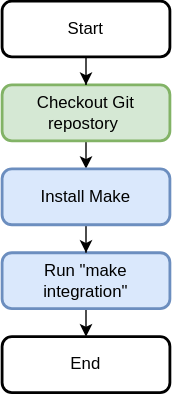
Cray-HPE/hms-build-image-workflows keeps this draw.io diagram as docs/run_unit_test/run_unit_tests_job.svg. Above is the earlier version. Source tidied: cells renumbered, new cells last; positions are measured from the earlier drawing's top-left corner, leaving out a move shared by most shapes.
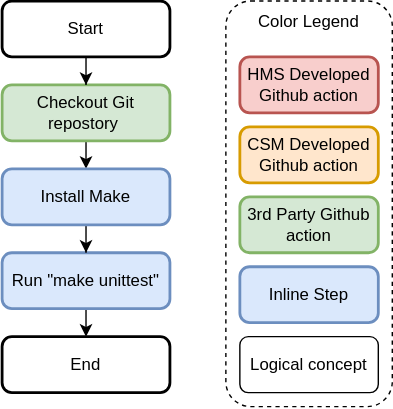
After the change.

Commit message:
Add legend to run test images, and added draw.io file

The edit, as a diff of the source:
```diff
@@ -2,34 +2,55 @@
   <root>
     <mxCell id="0" />
     <mxCell id="1" parent="0" />
-    <mxCell id="2" style="edgeStyle=orthogonalEdgeStyle;rounded=0;jettySize=auto;html=1;exitX=0.5;exitY=1;exitDx=0;exitDy=0;entryX=0.5;entryY=0;entryDx=0;entryDy=0;" parent="1" edge="1" source="3">
-      <mxGeometry relative="1" as="geometry">
-        <mxPoint x="60" y="120" as="targetPoint" />
-      </mxGeometry>
+    <mxCell id="2" style="rounded=1;whiteSpace=wrap;html=1;dashed=1;" parent="1" vertex="1">
+      <mxGeometry x="480" width="119" height="290" as="geometry" />
     </mxCell>
-    <mxCell id="3" value="&lt;span&gt;Checkout Git repostory&amp;nbsp;&lt;/span&gt;" style="rounded=1;whiteSpace=wrap;html=1;absoluteArcSize=1;arcSize=14;strokeWidth=2;fillColor=#d5e8d4;strokeColor=#82b366;" parent="1" vertex="1">
-      <mxGeometry y="60" width="120" height="40" as="geometry" />
+    <mxCell id="3" value="3rd Party Github action" style="rounded=1;whiteSpace=wrap;html=1;absoluteArcSize=1;arcSize=14;strokeWidth=2;fillColor=#d5e8d4;strokeColor=#82b366;" parent="1" vertex="1">
+      <mxGeometry x="490" y="140" width="99" height="40" as="geometry" />
     </mxCell>
-    <mxCell id="4" style="edgeStyle=orthogonalEdgeStyle;rounded=0;jettySize=auto;html=1;exitX=0.5;exitY=1;exitDx=0;exitDy=0;fontSize=11;" parent="1" edge="1" source="5" target="3">
-      <mxGeometry relative="1" as="geometry" />
+    <mxCell id="4" value="HMS Developed Github action" style="rounded=1;whiteSpace=wrap;html=1;absoluteArcSize=1;arcSize=14;strokeWidth=2;fillColor=#f8cecc;strokeColor=#b85450;" parent="1" vertex="1">
+      <mxGeometry x="490" y="40" width="99" height="40" as="geometry" />
     </mxCell>
-    <mxCell id="5" value="Start" style="rounded=1;whiteSpace=wrap;html=1;absoluteArcSize=1;arcSize=14;strokeWidth=2;" parent="1" vertex="1">
-      <mxGeometry width="120" height="40" as="geometry" />
+    <mxCell id="5" value="Inline Step" style="rounded=1;whiteSpace=wrap;html=1;absoluteArcSize=1;arcSize=14;strokeWidth=2;fillColor=#dae8fc;strokeColor=#6c8ebf;" parent="1" vertex="1">
+      <mxGeometry x="490" y="190" width="99" height="40" as="geometry" />
     </mxCell>
-    <mxCell id="6" style="edgeStyle=orthogonalEdgeStyle;rounded=0;jettySize=auto;html=1;exitX=0.5;exitY=1;exitDx=0;exitDy=0;entryX=0.5;entryY=0;entryDx=0;entryDy=0;" parent="1" edge="1" source="7" target="10">
-      <mxGeometry relative="1" as="geometry" />
+    <mxCell id="6" value="CSM Developed Github action" style="rounded=1;whiteSpace=wrap;html=1;absoluteArcSize=1;arcSize=14;strokeWidth=2;fillColor=#ffe6cc;strokeColor=#d79b00;" parent="1" vertex="1">
+      <mxGeometry x="490" y="90" width="99" height="40" as="geometry" />
     </mxCell>
-    <mxCell id="7" value="Run &quot;make integration&quot;" style="rounded=1;whiteSpace=wrap;html=1;absoluteArcSize=1;arcSize=14;strokeWidth=2;fillColor=#dae8fc;strokeColor=#6c8ebf;" parent="1" vertex="1">
-      <mxGeometry y="180" width="120" height="40" as="geometry" />
+    <mxCell id="7" value="Logical concept" style="rounded=1;whiteSpace=wrap;html=1;" parent="1" vertex="1">
+      <mxGeometry x="490" y="240" width="99" height="40" as="geometry" />
     </mxCell>
-    <mxCell id="8" style="edgeStyle=orthogonalEdgeStyle;rounded=0;jettySize=auto;html=1;exitX=0.5;exitY=1;exitDx=0;exitDy=0;" parent="1" edge="1" source="9" target="7">
-      <mxGeometry relative="1" as="geometry" />
+    <mxCell id="8" value="Color Legend" style="text;html=1;strokeColor=none;fillColor=none;align=center;verticalAlign=middle;whiteSpace=wrap;rounded=0;" parent="1" vertex="1">
+      <mxGeometry x="490" width="99" height="30" as="geometry" />
     </mxCell>
-    <mxCell id="9" value="Install Make" style="rounded=1;whiteSpace=wrap;html=1;absoluteArcSize=1;arcSize=14;strokeWidth=2;fillColor=#dae8fc;strokeColor=#6c8ebf;" parent="1" vertex="1">
-      <mxGeometry y="120" width="120" height="40" as="geometry" />
+    <mxCell id="9" style="edgeStyle=orthogonalEdgeStyle;rounded=0;jettySize=auto;html=1;exitX=0.5;exitY=1;exitDx=0;exitDy=0;entryX=0.5;entryY=0;entryDx=0;entryDy=0;" parent="1" edge="1" source="10">
+      <mxGeometry relative="1" as="geometry">
+        <mxPoint x="380" y="120" as="targetPoint" />
+      </mxGeometry>
     </mxCell>
-    <mxCell id="10" value="End" style="rounded=1;whiteSpace=wrap;html=1;absoluteArcSize=1;arcSize=14;strokeWidth=2;" parent="1" vertex="1">
-      <mxGeometry y="240" width="120" height="40" as="geometry" />
+    <mxCell id="10" value="&lt;span&gt;Checkout Git repostory&amp;nbsp;&lt;/span&gt;" style="rounded=1;whiteSpace=wrap;html=1;absoluteArcSize=1;arcSize=14;strokeWidth=2;fillColor=#d5e8d4;strokeColor=#82b366;" parent="1" vertex="1">
+      <mxGeometry x="320" y="60" width="120" height="40" as="geometry" />
     </mxCell>
+    <mxCell id="11" style="edgeStyle=orthogonalEdgeStyle;rounded=0;jettySize=auto;html=1;exitX=0.5;exitY=1;exitDx=0;exitDy=0;fontSize=11;" parent="1" edge="1" source="12" target="10">
+      <mxGeometry relative="1" as="geometry" />
+    </mxCell>
+    <mxCell id="12" value="Start" style="rounded=1;whiteSpace=wrap;html=1;absoluteArcSize=1;arcSize=14;strokeWidth=2;" parent="1" vertex="1">
+      <mxGeometry x="320" width="120" height="40" as="geometry" />
+    </mxCell>
+    <mxCell id="13" style="edgeStyle=orthogonalEdgeStyle;rounded=0;jettySize=auto;html=1;exitX=0.5;exitY=1;exitDx=0;exitDy=0;entryX=0.5;entryY=0;entryDx=0;entryDy=0;" parent="1" edge="1" source="14" target="17">
+      <mxGeometry relative="1" as="geometry" />
+    </mxCell>
+    <mxCell id="14" value="Run &quot;make unittest&quot;" style="rounded=1;whiteSpace=wrap;html=1;absoluteArcSize=1;arcSize=14;strokeWidth=2;fillColor=#dae8fc;strokeColor=#6c8ebf;" parent="1" vertex="1">
+      <mxGeometry x="320" y="180" width="120" height="40" as="geometry" />
+    </mxCell>
+    <mxCell id="15" style="edgeStyle=orthogonalEdgeStyle;rounded=0;jettySize=auto;html=1;exitX=0.5;exitY=1;exitDx=0;exitDy=0;" parent="1" edge="1" source="16" target="14">
+      <mxGeometry relative="1" as="geometry" />
+    </mxCell>
+    <mxCell id="16" value="Install Make" style="rounded=1;whiteSpace=wrap;html=1;absoluteArcSize=1;arcSize=14;strokeWidth=2;fillColor=#dae8fc;strokeColor=#6c8ebf;" parent="1" vertex="1">
+      <mxGeometry x="320" y="120" width="120" height="40" as="geometry" />
+    </mxCell>
+    <mxCell id="17" value="End" style="rounded=1;whiteSpace=wrap;html=1;absoluteArcSize=1;arcSize=14;strokeWidth=2;" parent="1" vertex="1">
+      <mxGeometry x="320" y="240" width="120" height="40" as="geometry" />
+    </mxCell>
   </root>
 </mxGraphModel>
```
